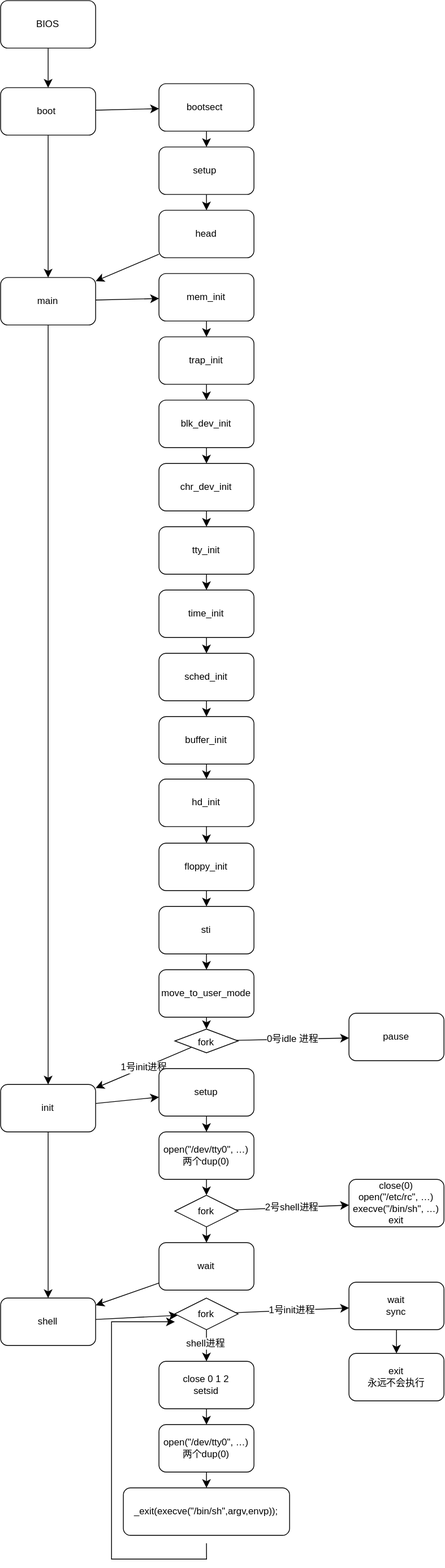
This is Linux 0.11启动流程.drawio.svg from chenxi829/draw_many_pic, a draw.io export, as it was before one commit. Source tidied: cells renumbered, new cells last; positions are measured from the earlier drawing's top-left corner, leaving out a move shared by most shapes.
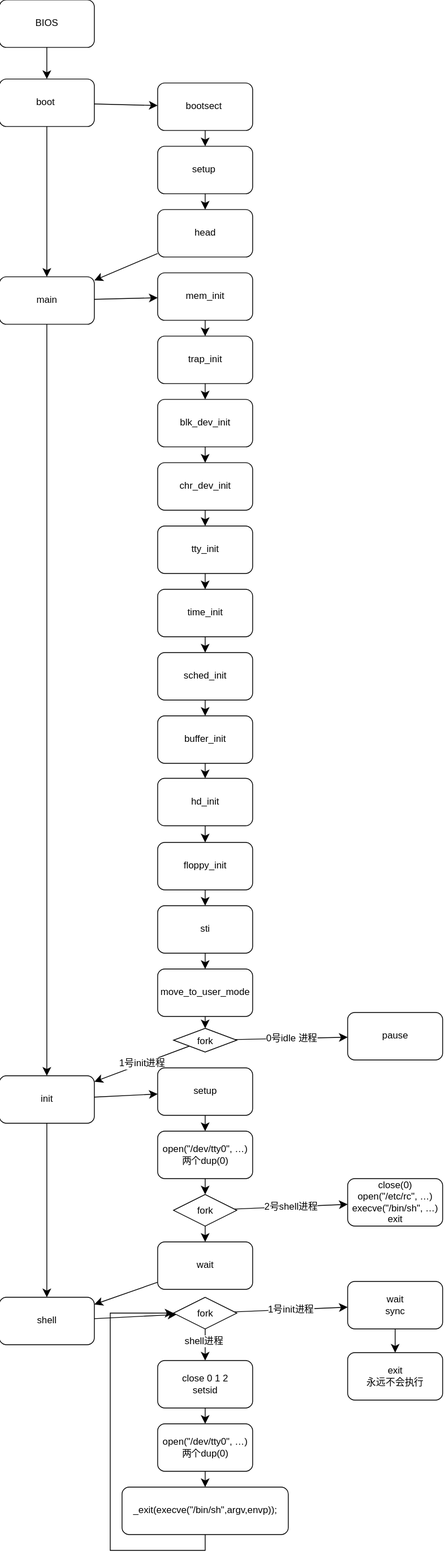
Later version of the same file.

Commit message:
再传一回，指向没接好

Diff of the diagram source:
```diff
@@ -13,7 +13,7 @@
       <mxGeometry relative="1" as="geometry" />
     </mxCell>
     <mxCell id="6" value="boot&amp;nbsp;" style="rounded=1;whiteSpace=wrap;html=1;" parent="2" vertex="1">
-      <mxGeometry y="110" width="120" height="60" as="geometry" />
+      <mxGeometry y="100" width="120" height="60" as="geometry" />
     </mxCell>
     <mxCell id="7" style="endArrow=classic;html=1;rounded=0;fontSize=12;startSize=8;endSize=8;curved=1;" parent="2" edge="1" source="6" target="8">
       <mxGeometry relative="1" as="geometry" />
@@ -115,7 +115,7 @@
       <mxGeometry relative="1" as="geometry" />
     </mxCell>
     <mxCell id="40" value="init" style="rounded=1;whiteSpace=wrap;html=1;" parent="2" vertex="1">
-      <mxGeometry y="1370" width="120" height="60" as="geometry" />
+      <mxGeometry y="1360" width="120" height="60" as="geometry" />
     </mxCell>
     <mxCell id="41" style="endArrow=classic;html=1;rounded=0;fontSize=12;startSize=8;endSize=8;curved=1;" parent="2" edge="1" source="13" target="40">
       <mxGeometry relative="1" as="geometry" />
@@ -207,14 +207,12 @@
     <mxCell id="70" value="_exit(execve(&quot;/bin/sh&quot;,argv,envp));" style="whiteSpace=wrap;html=1;rounded=1;" parent="2" vertex="1">
       <mxGeometry x="155" y="1880" width="210" height="60" as="geometry" />
     </mxCell>
-    <mxCell id="71" style="endArrow=classic;html=1;rounded=0;fontSize=12;startSize=8;endSize=8;edgeStyle=orthogonalEdgeStyle;entryX=0;entryY=0.5;entryDx=0;entryDy=0;" parent="2" edge="1">
+    <mxCell id="71" style="endArrow=classic;html=1;rounded=0;fontSize=12;startSize=8;endSize=8;edgeStyle=orthogonalEdgeStyle;entryX=0;entryY=0.5;entryDx=0;entryDy=0;" parent="2" edge="1" source="70" target="63">
       <mxGeometry relative="1" as="geometry">
-        <mxPoint x="260" y="1950" as="sourcePoint" />
-        <mxPoint x="220" y="1670" as="targetPoint" />
         <Array as="points">
-          <mxPoint x="260" y="1970" />
-          <mxPoint x="140.1" y="1970" />
-          <mxPoint x="140.1" y="1670" />
+          <mxPoint x="260" y="1960" />
+          <mxPoint x="140.1" y="1960" />
+          <mxPoint x="140.1" y="1660" />
         </Array>
       </mxGeometry>
     </mxCell>
```
